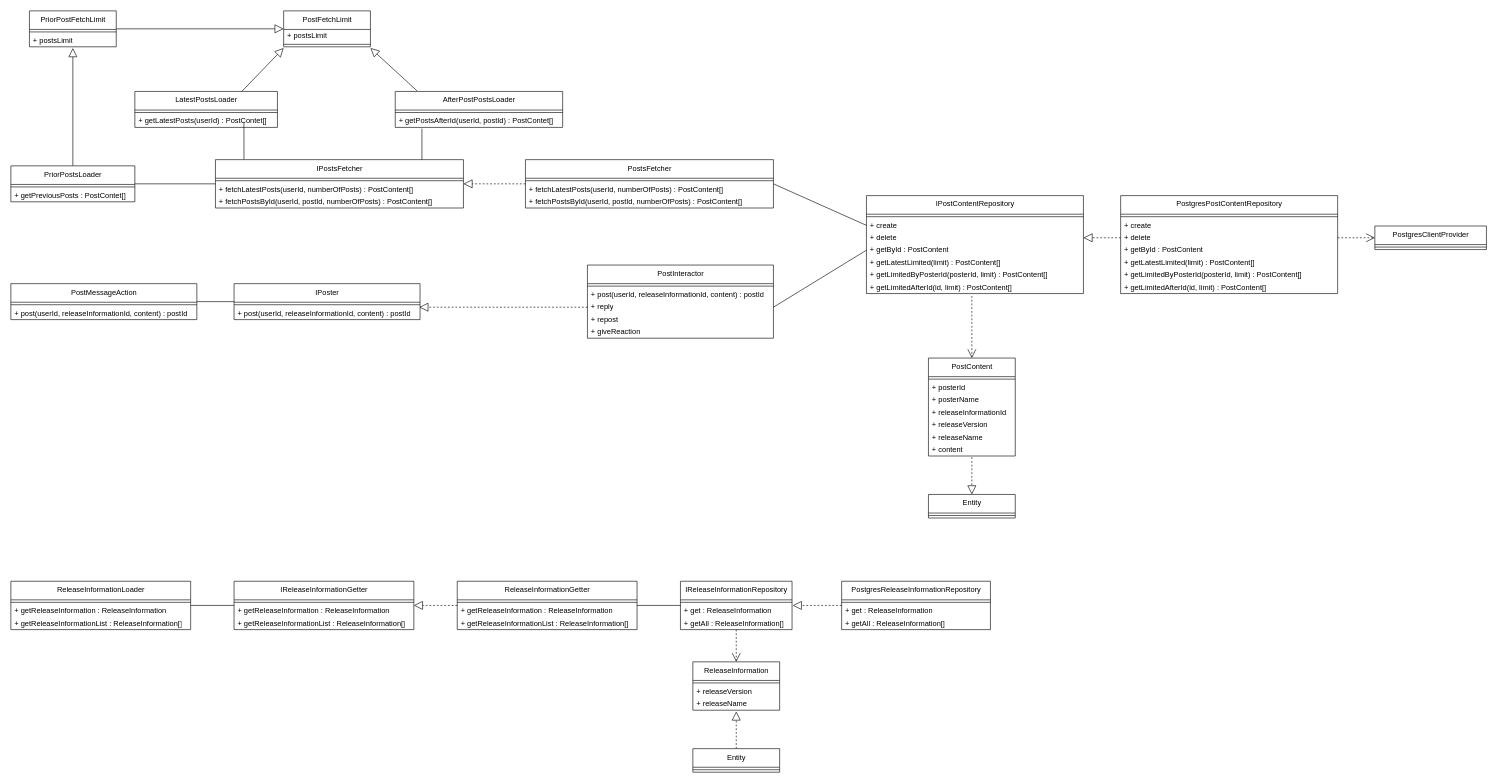
Earlier version of the draw.io diagram page "PostModule" (5 of 7) of project-designs/class-diagrams/ff14-sns.drawio (Mouwf/FF14SNS). Source tidied: cells renumbered, new cells numbered last; positions are measured from the earlier drawing's top-left corner, leaving out a move shared by most shapes. Both pictures are drawn from the tidied source at 62%, with x=0, y=0 at pixel (11, 11).
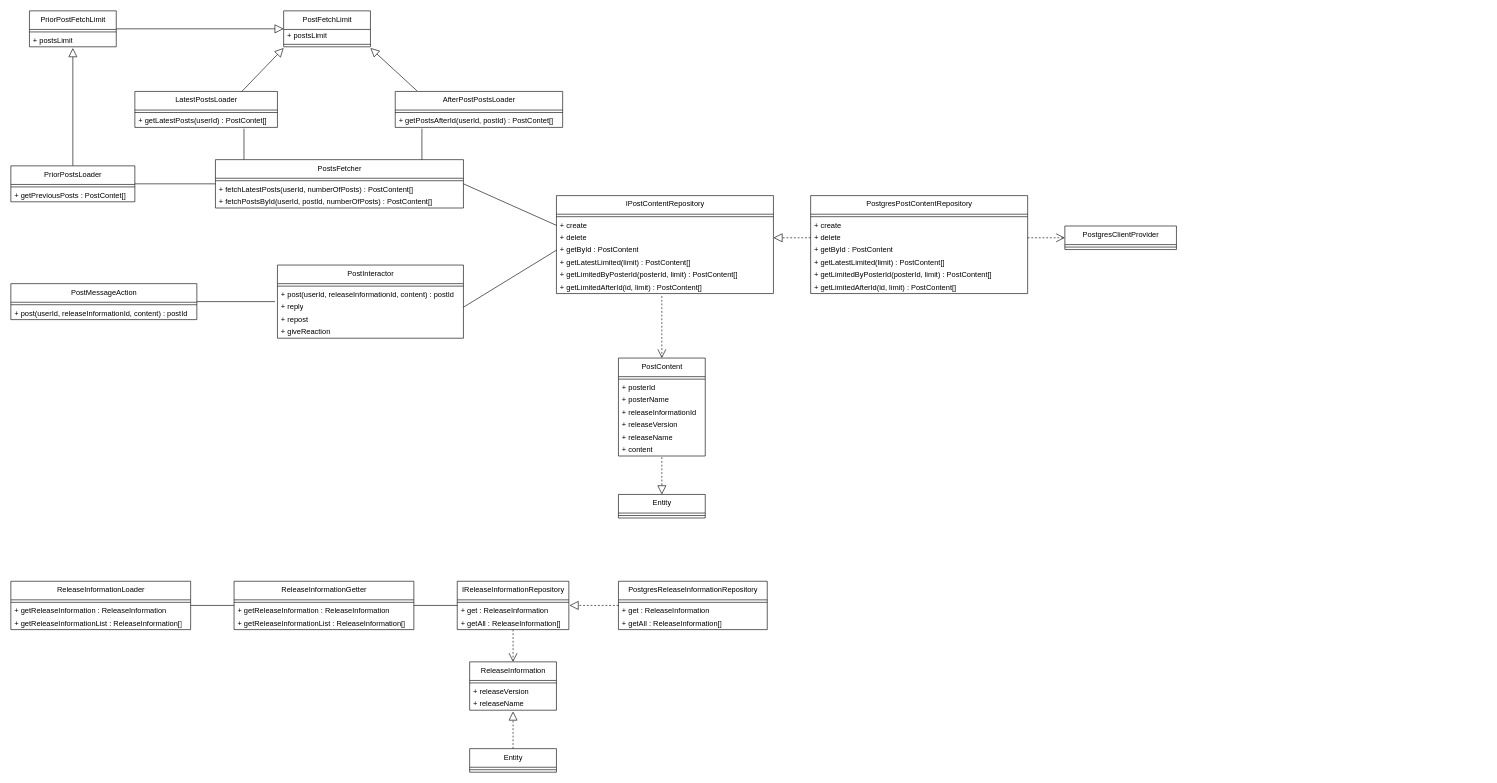
After the change.

Unchanged cells that the change refers to:
```xml
<mxCell id="5" value="+ reply" style="text;html=1;strokeColor=none;fillColor=none;align=left;verticalAlign=middle;spacingLeft=4;spacingRight=4;overflow=hidden;points=[[0,0.5],[1,0.5]];portConstraint=eastwest;" parent="2" vertex="1">
  <mxGeometry y="58" width="300" height="20" as="geometry" />
</mxCell>
<mxCell id="12" value="+ getLatestPosts(userId) : PostContet[]" style="text;html=1;strokeColor=none;fillColor=none;align=left;verticalAlign=middle;spacingLeft=4;spacingRight=4;overflow=hidden;points=[[0,0.5],[1,0.5]];portConstraint=eastwest;" parent="10" vertex="1">
  <mxGeometry y="38" width="230" height="20" as="geometry" />
</mxCell>
<mxCell id="44" value="PriorPostsLoader" style="swimlane;fontStyle=0;align=center;verticalAlign=top;horizontal=1;startSize=30;html=1;" parent="1" vertex="1">
  <mxGeometry y="250" width="200" height="58" as="geometry" />
</mxCell>
<mxCell id="68" value="PostMessageAction" style="swimlane;fontStyle=0;align=center;verticalAlign=top;horizontal=1;startSize=30;html=1;" parent="1" vertex="1">
  <mxGeometry y="440" width="300" height="58" as="geometry" />
</mxCell>
<mxCell id="72" value="ReleaseInformationLoader" style="swimlane;fontStyle=0;align=center;verticalAlign=top;horizontal=1;startSize=30;html=1;" parent="1" vertex="1">
  <mxGeometry y="920" width="290" height="78" as="geometry" />
</mxCell>
```

Diff of the diagram source:
```diff
@@
     <mxCell id="2" value="PostInteractor" style="swimlane;fontStyle=0;align=center;verticalAlign=top;horizontal=1;startSize=30;html=1;" parent="1" vertex="1">
-      <mxGeometry x="930" y="410" width="300" height="118" as="geometry" />
+      <mxGeometry x="430" y="410" width="300" height="118" as="geometry" />
     </mxCell>
@@
-    <mxCell id="8" style="edgeStyle=none;html=1;exitX=0.765;exitY=0.6;exitDx=0;exitDy=0;entryX=0.115;entryY=0;entryDx=0;entryDy=0;endArrow=none;endFill=0;exitPerimeter=0;entryPerimeter=0;" parent="1" edge="1" source="12" target="13">
-      <mxGeometry relative="1" as="geometry" />
+    <mxCell id="8" style="edgeStyle=none;html=1;entryX=0.115;entryY=0;entryDx=0;entryDy=0;endArrow=none;endFill=0;entryPerimeter=0;" parent="1" edge="1" target="19">
+      <mxGeometry relative="1" as="geometry">
+        <mxPoint x="376" y="190" as="sourcePoint" />
+      </mxGeometry>
     </mxCell>
@@
-    <mxCell id="13" value="IPostsFetcher" style="swimlane;fontStyle=0;align=center;verticalAlign=top;horizontal=1;startSize=30;html=1;" parent="1" vertex="1">
-      <mxGeometry x="330" y="240" width="400" height="78" as="geometry" />
-    </mxCell>
-    <mxCell id="14" style="line;strokeWidth=1;fillColor=none;align=left;verticalAlign=middle;spacingTop=-1;spacingLeft=3;spacingRight=3;labelPosition=right;" parent="13" vertex="1">
-      <mxGeometry y="30" width="400" height="8" as="geometry" />
-    </mxCell>
-    <mxCell id="15" value="+ fetchLatestPosts(userId, numberOfPosts) : PostContent[]" style="text;html=1;strokeColor=none;fillColor=none;align=left;verticalAlign=middle;spacingLeft=4;spacingRight=4;overflow=hidden;" parent="13" vertex="1">
-      <mxGeometry y="38" width="400" height="20" as="geometry" />
-    </mxCell>
-    <mxCell id="16" value="+ fetchPostsById(userId,&amp;nbsp;postId, numberOfPosts) : PostContent[]" style="text;html=1;strokeColor=none;fillColor=none;align=left;verticalAlign=middle;spacingLeft=4;spacingRight=4;overflow=hidden;" parent="13" vertex="1">
-      <mxGeometry y="58" width="400" height="20" as="geometry" />
-    </mxCell>
-    <mxCell id="17" style="edgeStyle=none;html=1;exitX=0;exitY=0.5;exitDx=0;exitDy=0;entryX=1;entryY=0.5;entryDx=0;entryDy=0;endArrow=block;endFill=0;dashed=1;endSize=12;" parent="1" edge="1" source="19" target="13">
-      <mxGeometry relative="1" as="geometry" />
-    </mxCell>
@@
     <mxCell id="19" value="PostsFetcher" style="swimlane;fontStyle=0;align=center;verticalAlign=top;horizontal=1;startSize=30;html=1;" parent="1" vertex="1">
-      <mxGeometry x="830" y="240" width="400" height="78" as="geometry" />
+      <mxGeometry x="330" y="240" width="400" height="78" as="geometry" />
     </mxCell>
@@
     <mxCell id="23" value="IPostContentRepository" style="swimlane;fontStyle=0;align=center;verticalAlign=top;horizontal=1;startSize=30;html=1;" parent="1" vertex="1">
-      <mxGeometry x="1380" y="298" width="350" height="158" as="geometry" />
+      <mxGeometry x="880" y="298" width="350" height="158" as="geometry" />
     </mxCell>
@@
     <mxCell id="31" value="PostContent" style="swimlane;fontStyle=0;align=center;verticalAlign=top;horizontal=1;startSize=30;html=1;" parent="1" vertex="1">
-      <mxGeometry x="1480" y="560" width="140" height="158" as="geometry" />
+      <mxGeometry x="980" y="560" width="140" height="158" as="geometry" />
     </mxCell>
@@
     <mxCell id="39" value="Entity" style="swimlane;fontStyle=0;align=center;verticalAlign=top;horizontal=1;startSize=30;html=1;" parent="1" vertex="1">
-      <mxGeometry x="1480" y="780" width="140" height="38" as="geometry" />
+      <mxGeometry x="980" y="780" width="140" height="38" as="geometry" />
     </mxCell>
@@
     <mxCell id="41" style="edgeStyle=none;html=1;entryX=0.5;entryY=0;entryDx=0;entryDy=0;dashed=1;endArrow=open;endFill=0;endSize=12;" parent="1" edge="1" target="31">
       <mxGeometry relative="1" as="geometry">
-        <mxPoint x="1550" y="460" as="sourcePoint" />
+        <mxPoint x="1050" y="460" as="sourcePoint" />
       </mxGeometry>
     </mxCell>
-    <mxCell id="42" style="edgeStyle=none;html=1;exitX=1;exitY=0.5;exitDx=0;exitDy=0;entryX=0;entryY=0.5;entryDx=0;entryDy=0;endArrow=none;endFill=0;" parent="1" edge="1" source="44" target="13">
-      <mxGeometry relative="1" as="geometry" />
+    <mxCell id="42" style="edgeStyle=none;html=1;exitX=1;exitY=0.5;exitDx=0;exitDy=0;endArrow=none;endFill=0;" parent="1" edge="1" source="44">
+      <mxGeometry relative="1" as="geometry">
+        <mxPoint x="330" y="279" as="targetPoint" />
+      </mxGeometry>
     </mxCell>
@@
     <mxCell id="55" value="IReleaseInformationRepository" style="swimlane;fontStyle=0;align=center;verticalAlign=top;horizontal=1;startSize=30;html=1;" parent="1" vertex="1">
-      <mxGeometry x="1080" y="920" width="180" height="78" as="geometry" />
+      <mxGeometry x="720" y="920" width="180" height="78" as="geometry" />
     </mxCell>
@@
     <mxCell id="59" value="ReleaseInformation" style="swimlane;fontStyle=0;align=center;verticalAlign=top;horizontal=1;startSize=30;html=1;" parent="1" vertex="1">
-      <mxGeometry x="1100" y="1050" width="140" height="78" as="geometry" />
+      <mxGeometry x="740" y="1050" width="140" height="78" as="geometry" />
     </mxCell>
@@
     <mxCell id="64" value="Entity" style="swimlane;fontStyle=0;align=center;verticalAlign=top;horizontal=1;startSize=30;html=1;" parent="1" vertex="1">
-      <mxGeometry x="1100" y="1190" width="140" height="38" as="geometry" />
+      <mxGeometry x="740" y="1190" width="140" height="38" as="geometry" />
     </mxCell>
@@
-    <mxCell id="67" style="edgeStyle=none;html=1;exitX=1;exitY=0.5;exitDx=0;exitDy=0;entryX=0;entryY=0.5;entryDx=0;entryDy=0;endArrow=none;endFill=0;endSize=12;" parent="1" edge="1" source="68" target="86">
+    <mxCell id="67" style="edgeStyle=none;html=1;exitX=1;exitY=0.5;exitDx=0;exitDy=0;entryX=-0.013;entryY=0.05;entryDx=0;entryDy=0;endArrow=none;endFill=0;endSize=12;entryPerimeter=0;" parent="1" edge="1" source="68" target="5">
       <mxGeometry relative="1" as="geometry" />
     </mxCell>
@@
-    <mxCell id="71" style="edgeStyle=none;html=1;exitX=1;exitY=0.5;exitDx=0;exitDy=0;entryX=0;entryY=0.5;entryDx=0;entryDy=0;endArrow=none;endFill=0;" parent="1" edge="1" source="72" target="76">
-      <mxGeometry relative="1" as="geometry" />
+    <mxCell id="71" style="edgeStyle=none;html=1;exitX=1;exitY=0.5;exitDx=0;exitDy=0;entryX=0;entryY=0.5;entryDx=0;entryDy=0;endArrow=none;endFill=0;" parent="1" edge="1" source="72">
+      <mxGeometry relative="1" as="geometry">
+        <mxPoint x="360" y="959" as="targetPoint" />
+      </mxGeometry>
     </mxCell>
@@
-    <mxCell id="76" value="IReleaseInformationGetter" style="swimlane;fontStyle=0;align=center;verticalAlign=top;horizontal=1;startSize=30;html=1;" parent="1" vertex="1">
-      <mxGeometry x="360" y="920" width="290" height="78" as="geometry" />
-    </mxCell>
-    <mxCell id="77" style="line;strokeWidth=1;fillColor=none;align=left;verticalAlign=middle;spacingTop=-1;spacingLeft=3;spacingRight=3;labelPosition=right;" parent="76" vertex="1">
-      <mxGeometry y="30" width="290" height="8" as="geometry" />
-    </mxCell>
-    <mxCell id="78" value="+ getReleaseInformation : ReleaseInformation" style="text;html=1;strokeColor=none;fillColor=none;align=left;verticalAlign=middle;spacingLeft=4;spacingRight=4;overflow=hidden;" parent="76" vertex="1">
-      <mxGeometry y="38" width="290" height="20" as="geometry" />
-    </mxCell>
-    <mxCell id="79" value="+ getReleaseInformationList : ReleaseInformation[]" style="text;html=1;strokeColor=none;fillColor=none;align=left;verticalAlign=middle;spacingLeft=4;spacingRight=4;overflow=hidden;" parent="76" vertex="1">
-      <mxGeometry y="58" width="290" height="20" as="geometry" />
-    </mxCell>
-    <mxCell id="80" style="edgeStyle=none;html=1;exitX=0;exitY=0.5;exitDx=0;exitDy=0;entryX=1;entryY=0.5;entryDx=0;entryDy=0;endArrow=block;endFill=0;endSize=12;dashed=1;" parent="1" edge="1" source="82" target="76">
-      <mxGeometry relative="1" as="geometry" />
-    </mxCell>
@@
     <mxCell id="82" value="ReleaseInformationGetter" style="swimlane;fontStyle=0;align=center;verticalAlign=top;horizontal=1;startSize=30;html=1;" parent="1" vertex="1">
-      <mxGeometry x="720" y="920" width="290" height="78" as="geometry" />
+      <mxGeometry x="360" y="920" width="290" height="78" as="geometry" />
     </mxCell>
@@
-    <mxCell id="86" value="IPoster" style="swimlane;fontStyle=0;align=center;verticalAlign=top;horizontal=1;startSize=30;html=1;" parent="1" vertex="1">
-      <mxGeometry x="360" y="440" width="300" height="58" as="geometry" />
-    </mxCell>
-    <mxCell id="87" style="line;strokeWidth=1;fillColor=none;align=left;verticalAlign=middle;spacingTop=-1;spacingLeft=3;spacingRight=3;labelPosition=right;" parent="86" vertex="1">
-      <mxGeometry y="30" width="300" height="8" as="geometry" />
-    </mxCell>
-    <mxCell id="88" value="+ post(userId, releaseInformationId, content) : postId" style="text;html=1;strokeColor=none;fillColor=none;align=left;verticalAlign=middle;spacingLeft=4;spacingRight=4;overflow=hidden;points=[[0,0.5],[1,0.5]];portConstraint=eastwest;" parent="86" vertex="1">
-      <mxGeometry y="38" width="300" height="20" as="geometry" />
-    </mxCell>
-    <mxCell id="89" style="edgeStyle=none;html=1;exitX=0;exitY=0.5;exitDx=0;exitDy=0;entryX=0.996;entryY=0;entryDx=0;entryDy=0;entryPerimeter=0;endArrow=block;endFill=0;endSize=12;dashed=1;" parent="1" edge="1" source="5" target="88">
-      <mxGeometry relative="1" as="geometry" />
-    </mxCell>
@@
     <mxCell id="92" value="PostgresClientProvider" style="swimlane;fontStyle=0;align=center;verticalAlign=top;horizontal=1;startSize=30;html=1;" parent="1" vertex="1">
-      <mxGeometry x="2200" y="347" width="180" height="38" as="geometry" />
+      <mxGeometry x="1700" y="347" width="180" height="38" as="geometry" />
     </mxCell>
@@
     <mxCell id="95" value="PostgresReleaseInformationRepository" style="swimlane;fontStyle=0;align=center;verticalAlign=top;horizontal=1;startSize=30;html=1;" parent="1" vertex="1">
-      <mxGeometry x="1340" y="920" width="240" height="78" as="geometry" />
+      <mxGeometry x="980" y="920" width="240" height="78" as="geometry" />
     </mxCell>
@@
     <mxCell id="103" value="PostgresPostContentRepository" style="swimlane;fontStyle=0;align=center;verticalAlign=top;horizontal=1;startSize=30;html=1;" parent="1" vertex="1">
-      <mxGeometry x="1790" y="298" width="350" height="158" as="geometry" />
+      <mxGeometry x="1290" y="298" width="350" height="158" as="geometry" />
     </mxCell>
```
